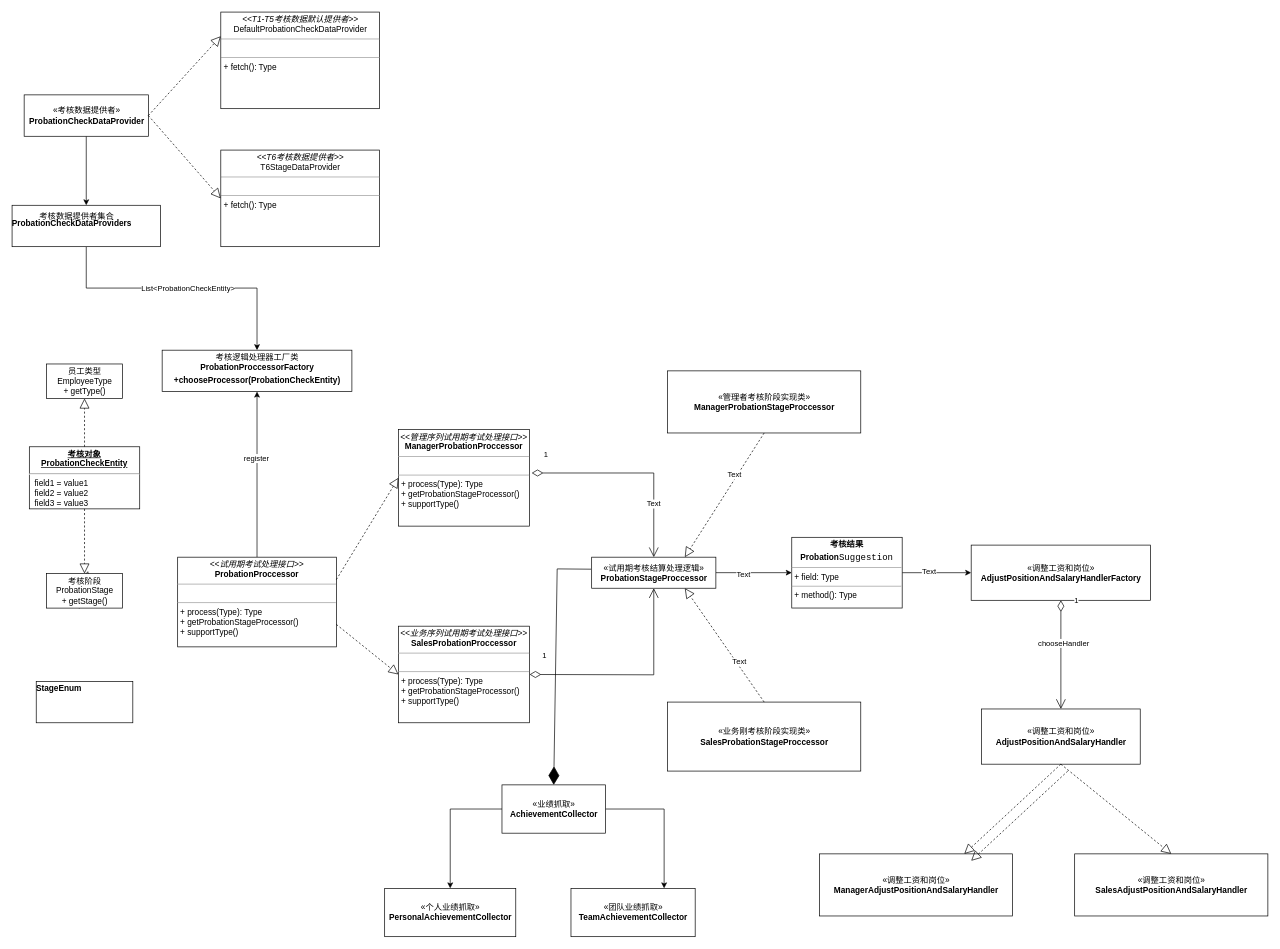
The draw.io diagram Untitled Diagram.drawio in maregeo/eventbus, before the edit. Source tidied: cells renumbered, new cells numbered last; positions are measured from the earlier drawing's top-left corner, leaving out a move shared by most shapes. Both pictures are drawn from the tidied source at 69%, with x=0, y=0 at pixel (12, 12).
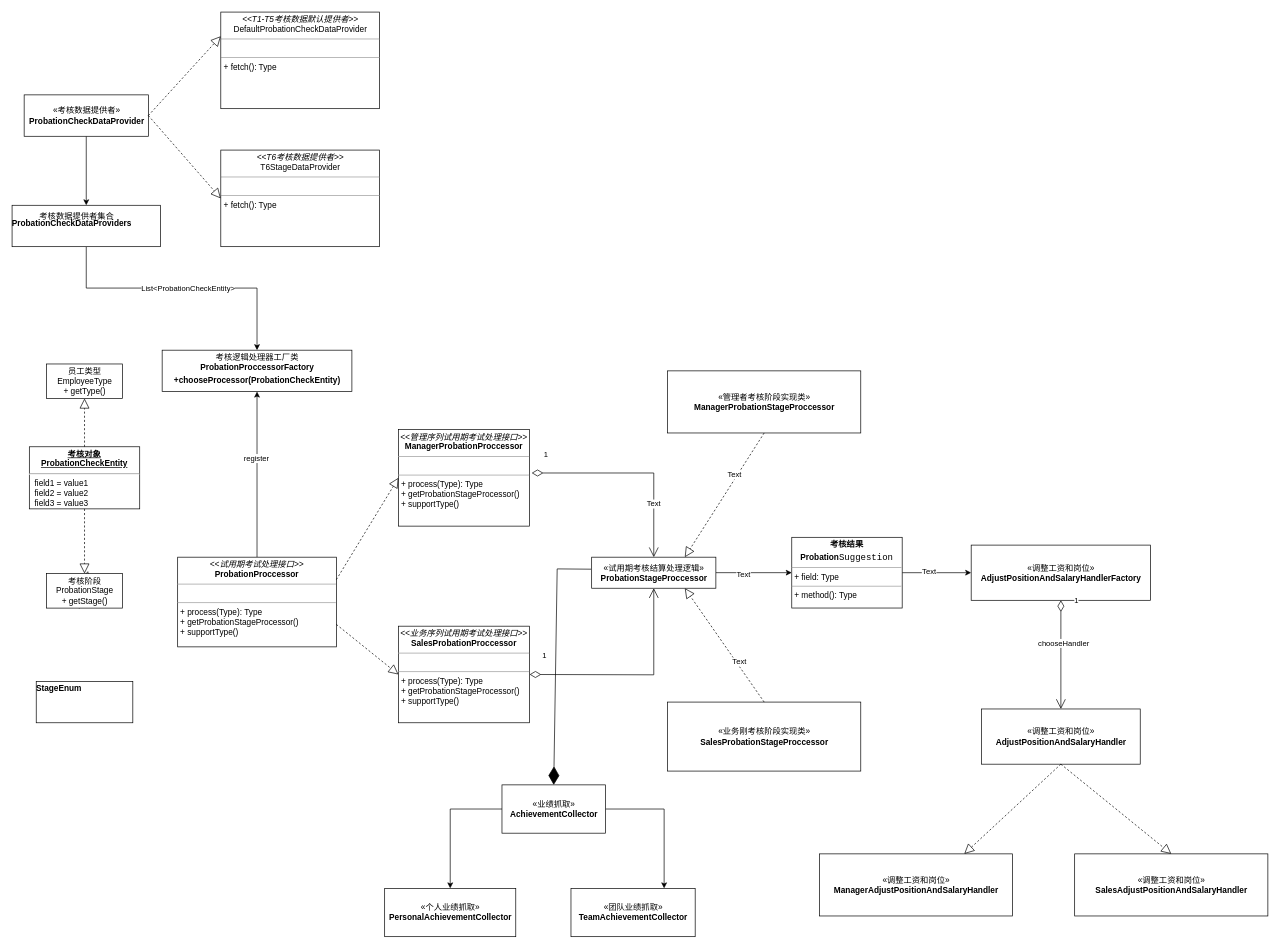
After the change.

Diff of the diagram source:
```diff
@@
-    <mxCell id="54" style="endArrow=block;dashed=1;endFill=0;endSize=12;html=1;rounded=0;entryX=0.75;entryY=0;entryDx=0;entryDy=0;exitX=0.5;exitY=1;exitDx=0;exitDy=0;" parent="1" edge="1">
-      <mxGeometry relative="1" as="geometry">
-        <mxPoint x="1530" y="1100" as="sourcePoint" />
-        <mxPoint x="1390" y="1230" as="targetPoint" />
-      </mxGeometry>
-    </mxCell>
```
